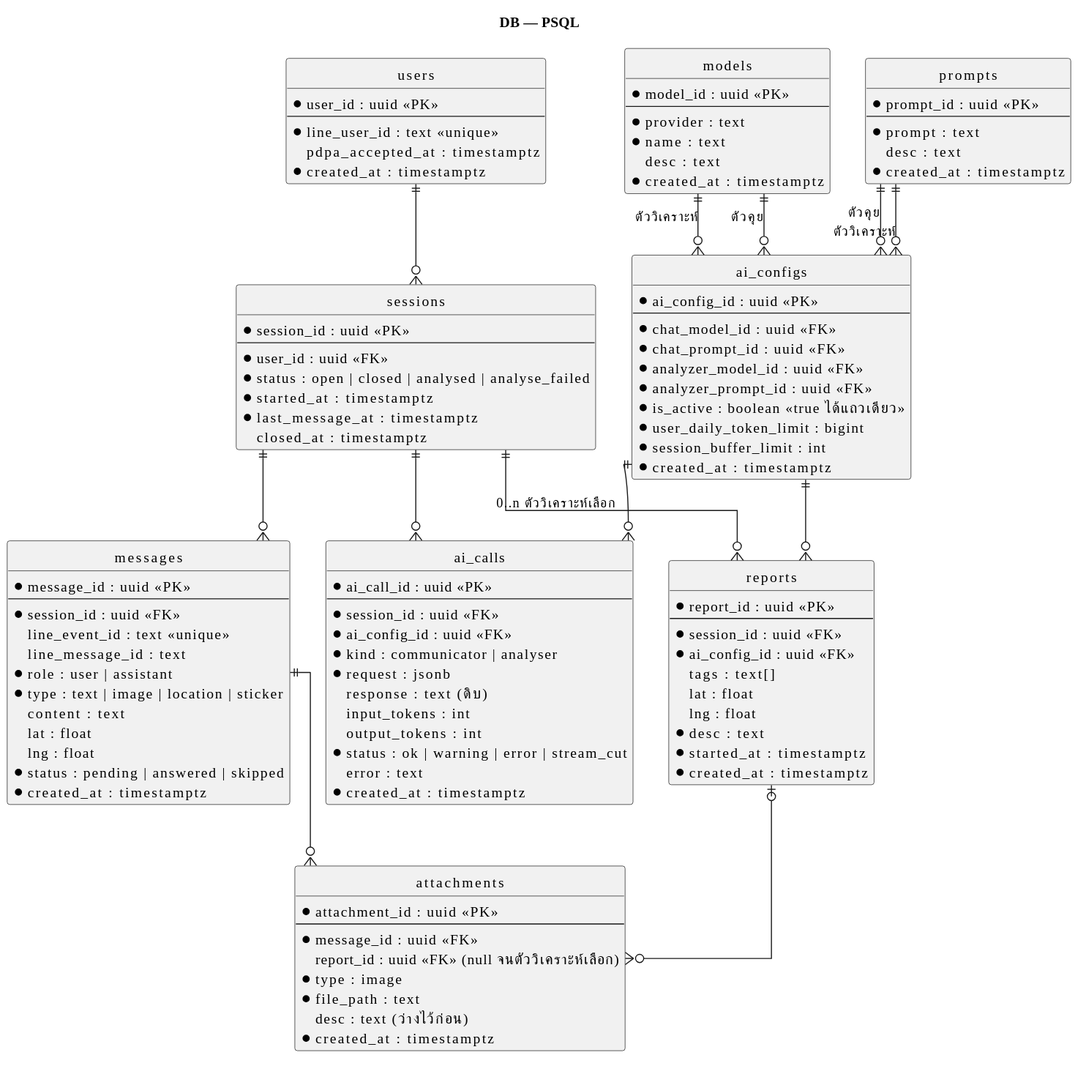
Before: docs/designs/07-dbdiagram/db.svg, a diagram exported from PlantUML (tonkitcstu/ucr-smartcity_chatbot).
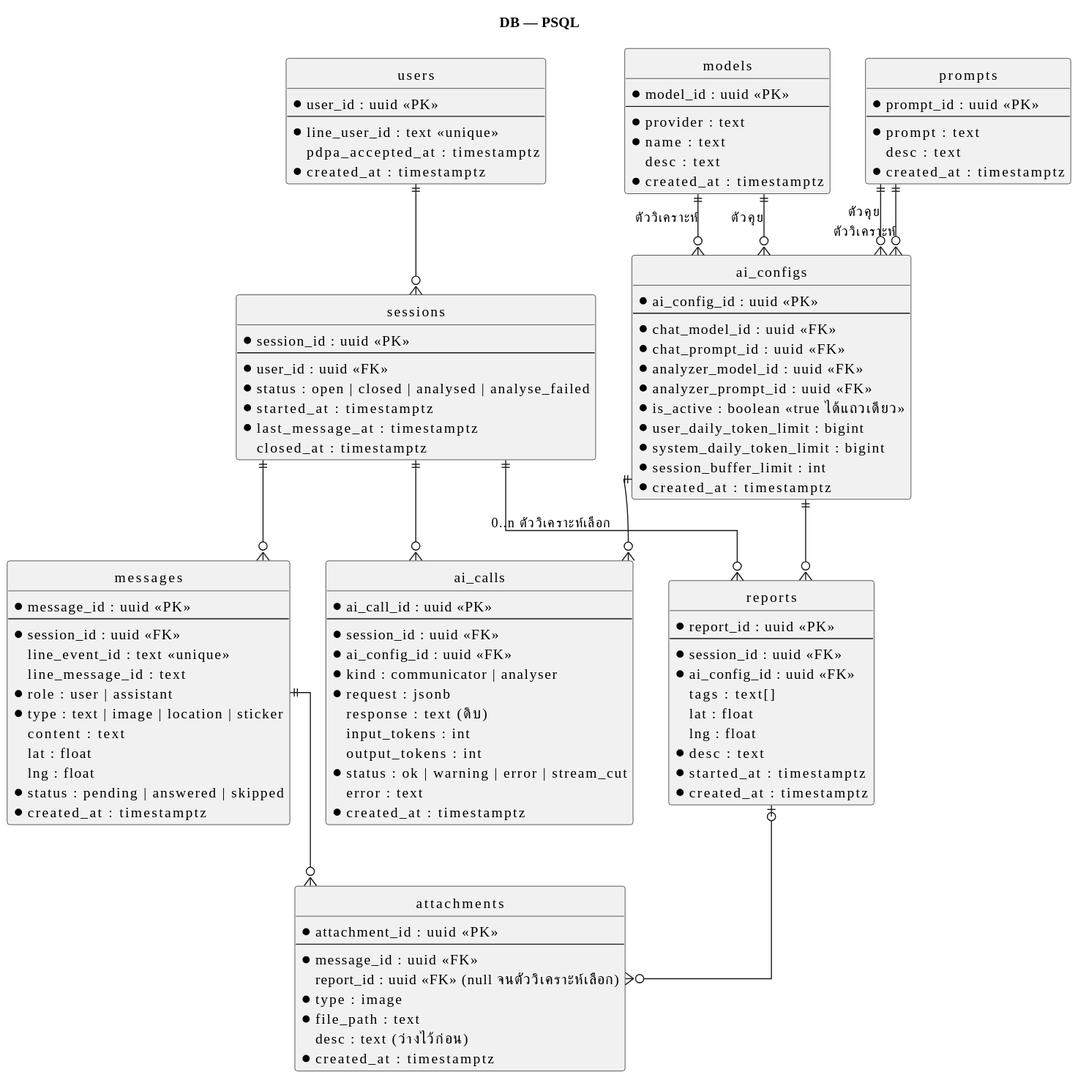
Later version of the same file.

Diff of the diagram source:
```diff
@@ -88,6 +88,7 @@
   * analyzer_prompt_id : uuid <<FK>>
   * is_active : boolean <<true ได้แถวเดียว>>
   * user_daily_token_limit : bigint
+  * system_daily_token_limit : bigint
   * session_buffer_limit : int
   * created_at : timestamptz
 }
```
